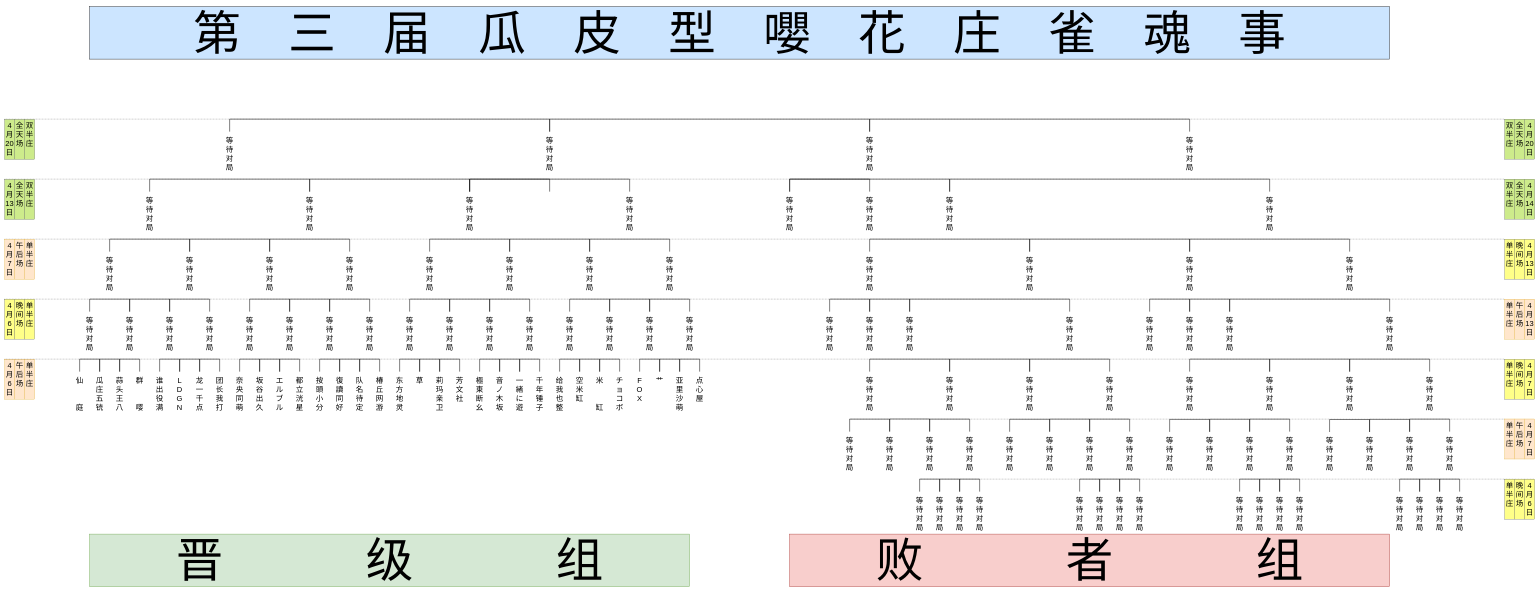
This is Tree Diagram.drawio from psc2350/pcr.mahjong.pub, a draw.io file, before an edit. Source tidied: cells renumbered, new cells numbered last; positions are measured from the earlier drawing's top-left corner, leaving out a move shared by most shapes. Both pictures are drawn from the tidied source at 25%, with x=0, y=0 at pixel (4, 6).
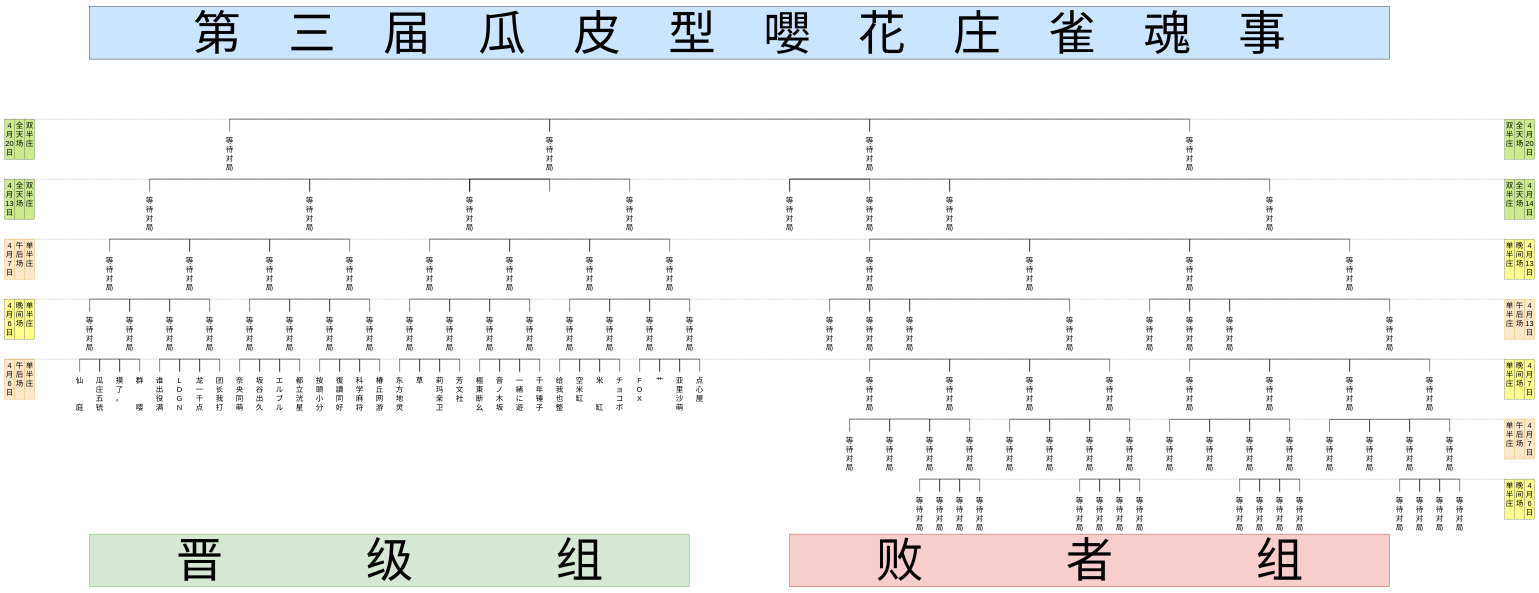
Above is the later version.

Unchanged cells that the change refers to:
```xml
<mxCell id="3" style="group;" parent="1" vertex="1">
  <mxGeometry x="280" y="450" width="5560" height="1660" as="geometry" />
</mxCell>
```

What changed in the source:
```diff
@@
-    <mxCell id="6" value="&lt;span style=&quot;font-size: 30px;&quot;&gt;蒜头王八&lt;/span&gt;&lt;br style=&quot;font-size: 30px;&quot;&gt;" style="text;html=1;strokeColor=none;fillColor=none;align=center;verticalAlign=top;whiteSpace=wrap;rounded=0;fontFamily=FZZhunYuan-M02;horizontal=1;fontSize=30;" parent="3" vertex="1">
+    <mxCell id="6" value="&lt;span&gt;摸&lt;br&gt;了&lt;br&gt;。&lt;/span&gt;&lt;br style=&quot;font-size: 30px&quot;&gt;" style="text;html=1;strokeColor=none;fillColor=none;align=center;verticalAlign=top;whiteSpace=wrap;rounded=0;fontFamily=FZZhunYuan-M02;horizontal=1;fontSize=30;" parent="3" vertex="1">
       <mxGeometry x="160" y="1020" width="40" height="160" as="geometry" />
     </mxCell>
@@
-    <mxCell id="36" value="&lt;span style=&quot;font-size: 30px;&quot;&gt;队名待定&lt;/span&gt;&lt;br style=&quot;font-size: 30px;&quot;&gt;" style="text;html=1;strokeColor=none;fillColor=none;align=center;verticalAlign=top;whiteSpace=wrap;rounded=0;fontFamily=FZZhunYuan-M02;horizontal=1;fontSize=30;" parent="3" vertex="1">
+    <mxCell id="36" value="科学麻将&lt;br style=&quot;font-size: 30px&quot;&gt;" style="text;html=1;strokeColor=none;fillColor=none;align=center;verticalAlign=top;whiteSpace=wrap;rounded=0;fontFamily=FZZhunYuan-M02;horizontal=1;fontSize=30;" parent="3" vertex="1">
       <mxGeometry x="1120" y="1020" width="40" height="160" as="geometry" />
     </mxCell>
```
